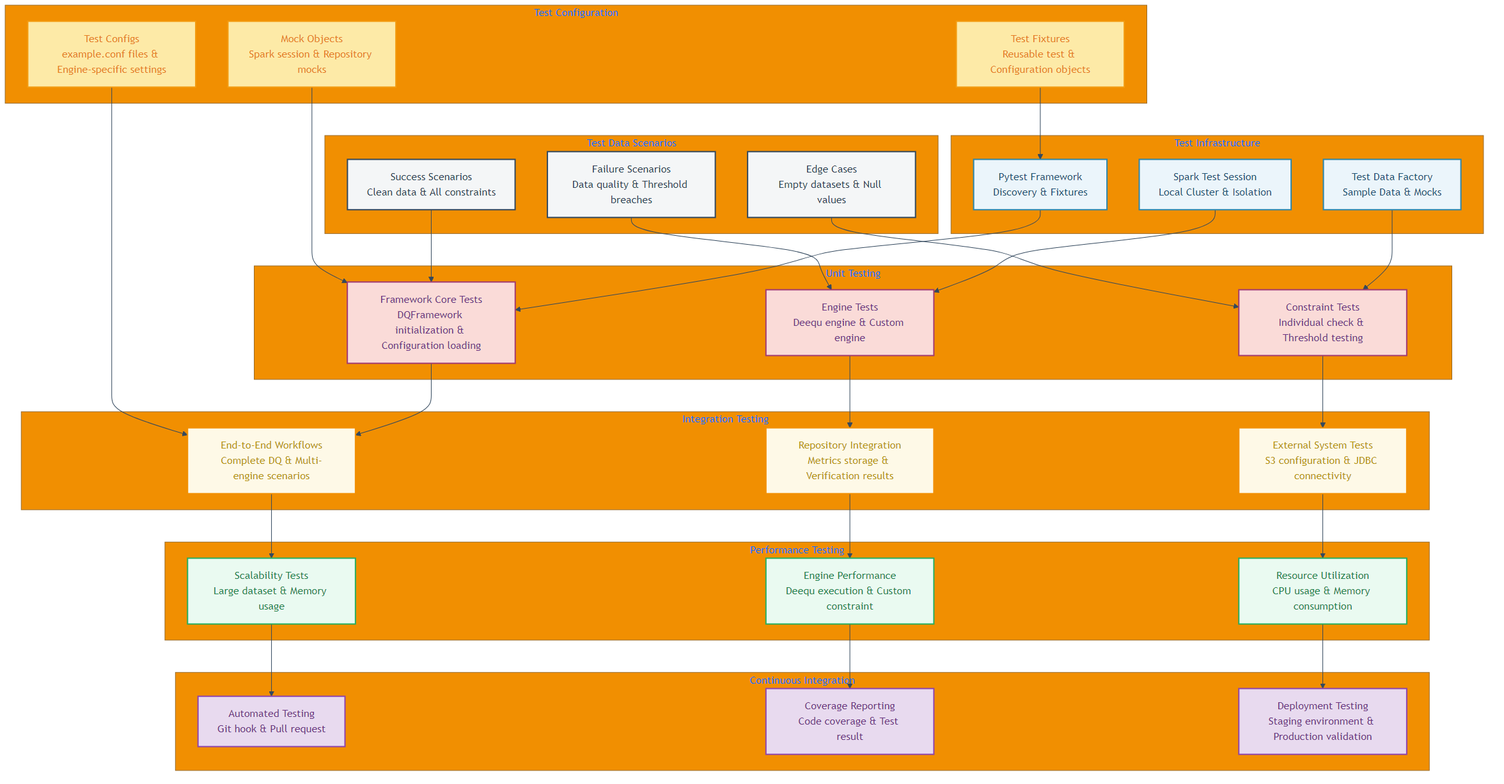
The Mermaid diagram docs/png/testing-strategy.png in anvai-labs/dq-kernel, before a commit. Its source is kept beside it as docs/diagrams/testing-strategy.mmd. Its diagram source:
```mermaid
%%{init: {'theme':'base', 'themeVariables': { 'primaryColor': '#2E86AB', 'primaryTextColor': '#FFFFFF', 'primaryBorderColor': '#1B4F72', 'lineColor': '#34495E', 'secondaryColor': '#A23B72', 'tertiaryColor': '#F18F01', 'background': '#FFFFFF', 'mainBkg': '#EBF5FB', 'secondBkg': '#FADBD8', 'tertiaryBkg': '#FEF9E7'}}}%%
graph TB
    subgraph Test Infrastructure
        TI1[Pytest Framework<br/>Discovery & Fixtures]
        TI2[Spark Test Session<br/>Local Cluster & Isolation]
        TI3[Test Data Factory<br/>Sample Data & Mocks]
    end

    subgraph Unit Testing
        UT1[Framework Core Tests<br/>DQFramework initialization & Configuration loading]
        UT2[Engine Tests<br/>Deequ engine & Custom engine]
        UT3[Constraint Tests<br/>Individual check & Threshold testing]
    end

    subgraph Integration Testing
        IT1[End-to-End Workflows<br/>Complete DQ & Multi-engine scenarios]
        IT2[Repository Integration<br/>Metrics storage & Verification results]
        IT3[External System Tests<br/>S3 configuration & JDBC connectivity]
    end

    subgraph Performance Testing
        PT1[Scalability Tests<br/>Large dataset & Memory usage]
        PT2[Engine Performance<br/>Deequ execution & Custom constraint]
        PT3[Resource Utilization<br/>CPU usage & Memory consumption]
    end

    subgraph Test Data Scenarios
        TDS1[Success Scenarios<br/>Clean data & All constraints]
        TDS2[Failure Scenarios<br/>Data quality & Threshold breaches]
        TDS3[Edge Cases<br/>Empty datasets & Null values]
    end

    subgraph Test Configuration
        TC1[Test Configs<br/>example.conf files & Engine-specific settings]
        TC2[Mock Objects<br/>Spark session & Repository mocks]
        TC3[Test Fixtures<br/>Reusable test & Configuration objects]
    end

    subgraph Continuous Integration
        CI1[Automated Testing<br/>Git hook & Pull request]
        CI2[Coverage Reporting<br/>Code coverage & Test result]
        CI3[Deployment Testing<br/>Staging environment & Production validation]
    end

    TI1 --> UT1
    TI2 --> UT2
    TI3 --> UT3

    UT1 --> IT1
    UT2 --> IT2
    UT3 --> IT3

    IT1 --> PT1
    IT2 --> PT2
    IT3 --> PT3

    TDS1 --> UT1
    TDS2 --> UT2
    TDS3 --> UT3

    TC1 --> IT1
    TC2 --> UT1
    TC3 --> TI1

    PT1 --> CI1
    PT2 --> CI2
    PT3 --> CI3

    classDef infrastructure fill:#EBF5FB,stroke:#2E86AB,stroke-width:2px,color:#1B4F72
    classDef unitTest fill:#FADBD8,stroke:#A23B72,stroke-width:2px,color:#6C3483
    classDef integrationTest fill:#FEF9E7,stroke:#F18F01,stroke-width:2px,color:#B7950B
    classDef performanceTest fill:#EAFAF1,stroke:#27AE60,stroke-width:2px,color:#1E8449
    classDef testData fill:#F4F6F7,stroke:#34495E,stroke-width:2px,color:#2C3E50
    classDef testConfig fill:#FDEAA7,stroke:#F39C12,stroke-width:2px,color:#E67E22
    classDef ciStyle fill:#E8DAEF,stroke:#8E44AD,stroke-width:2px,color:#6C3483

    class TI1,TI2,TI3 infrastructure
    class UT1,UT2,UT3 unitTest
    class IT1,IT2,IT3 integrationTest
    class PT1,PT2,PT3 performanceTest
    class TDS1,TDS2,TDS3 testData
    class TC1,TC2,TC3 testConfig
    class CI1,CI2,CI3 ciStyle
```
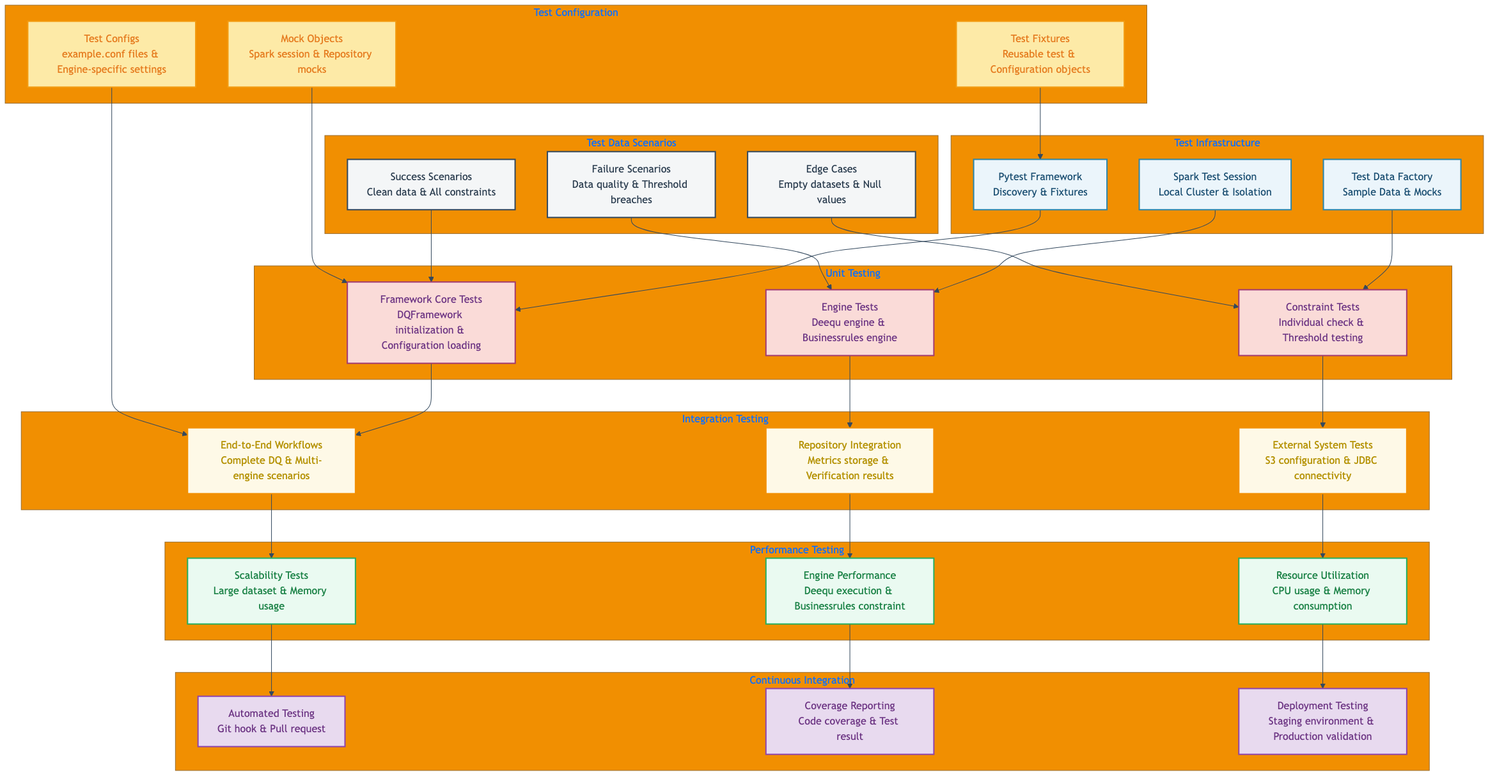
After the commit.

Diff of the diagram source:
```diff
@@ -8,7 +8,7 @@
 
     subgraph Unit Testing
         UT1[Framework Core Tests<br/>DQFramework initialization & Configuration loading]
-        UT2[Engine Tests<br/>Deequ engine & Custom engine]
+        UT2[Engine Tests<br/>Deequ engine & Businessrules engine]
         UT3[Constraint Tests<br/>Individual check & Threshold testing]
     end
 
@@ -20,7 +20,7 @@
 
     subgraph Performance Testing
         PT1[Scalability Tests<br/>Large dataset & Memory usage]
-        PT2[Engine Performance<br/>Deequ execution & Custom constraint]
+        PT2[Engine Performance<br/>Deequ execution & Businessrules constraint]
         PT3[Resource Utilization<br/>CPU usage & Memory consumption]
     end
 
```
